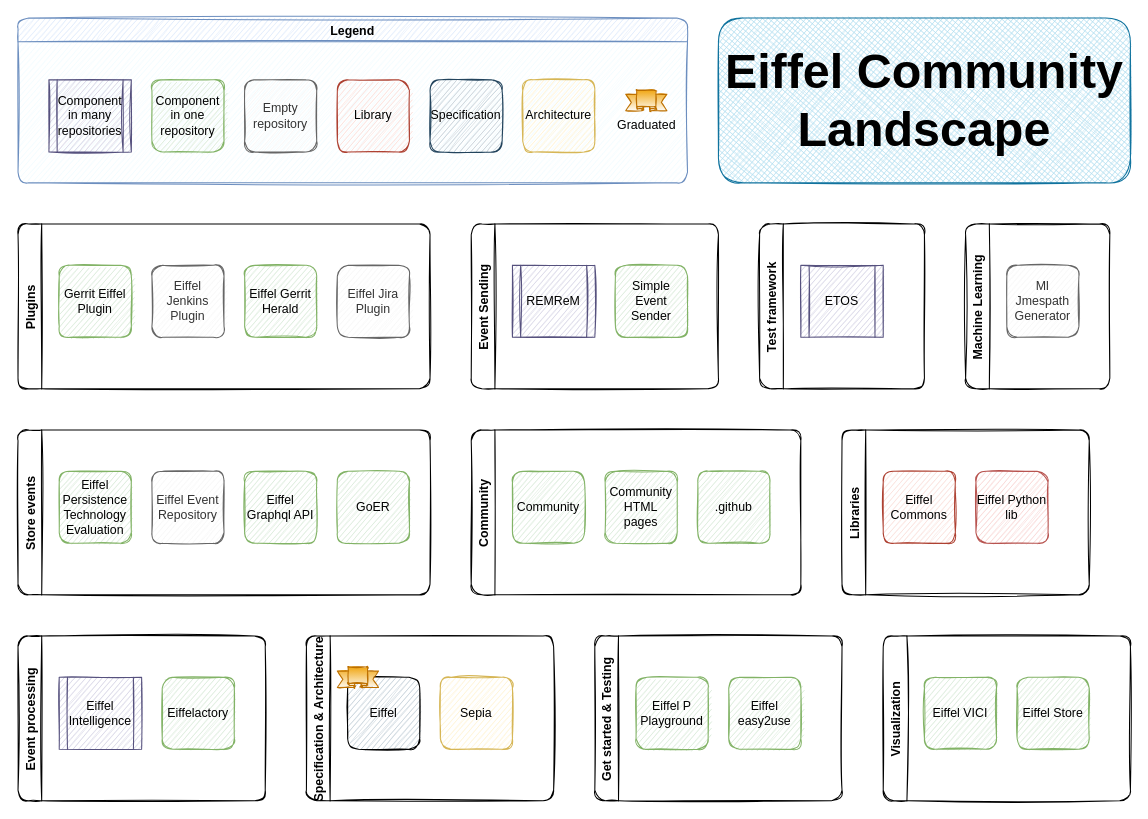
Before: landscape/landscape.drawio in eiffel-community/eiffel-sepia, a draw.io diagram. Source tidied: cells renumbered, new cells numbered last; positions are measured from the earlier drawing's top-left corner, leaving out a move shared by most shapes. Both pictures are drawn from the tidied source at 103%, with x=0, y=0 at pixel (18, 18). Pictures stored in the file or linked from it are replaced by grey dashed boxes.
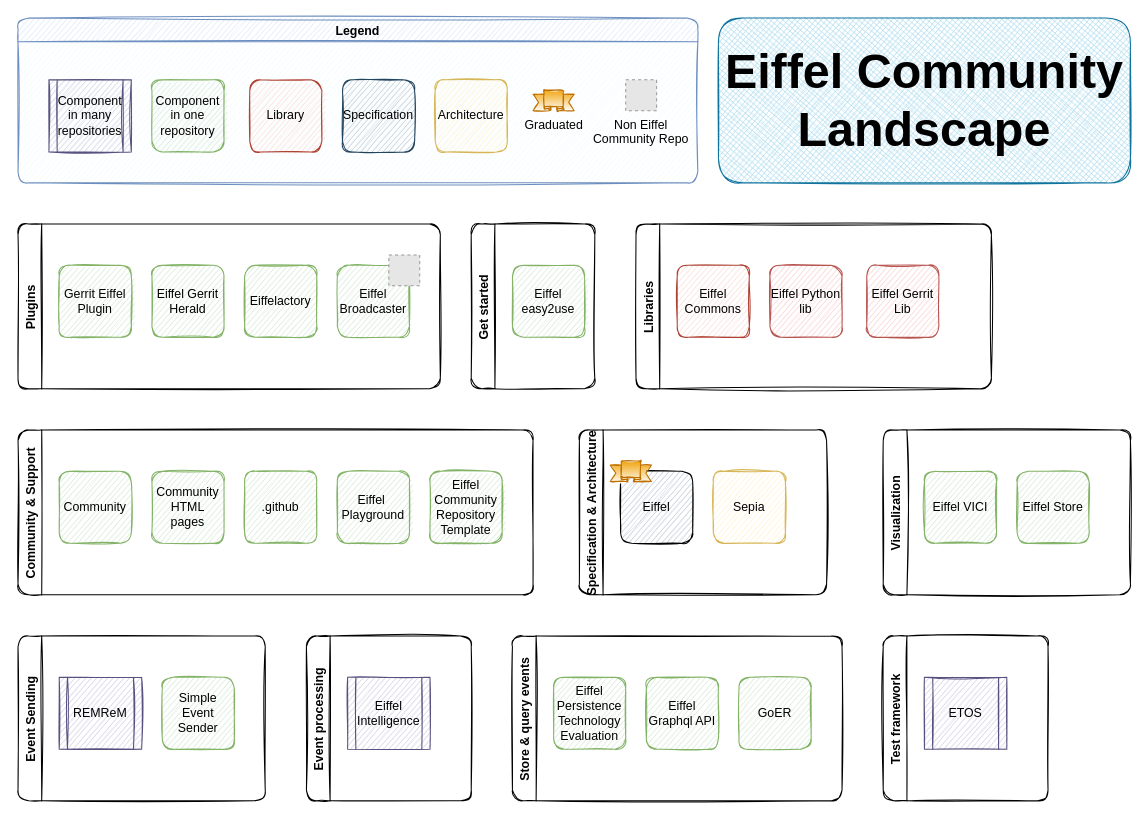
The same page after the edit.

Commit message (it also covers changes not shown here):
Removing empty repositories and restructure

- Remove empty repositories
- Add broadcaster plugin
- Restructure

Change to the diagram source:
```diff
@@
     <mxCell id="2" value="Sepia" style="whiteSpace=wrap;html=1;sketch=1;rounded=1;fillColor=#fff2cc;strokeColor=#d6b656;" parent="1" vertex="1">
-      <mxGeometry x="410" y="640" width="70" height="70" as="geometry" />
+      <mxGeometry x="675" y="440" width="70" height="70" as="geometry" />
     </mxCell>
-    <mxCell id="3" value="Store events" style="swimlane;horizontal=0;rounded=1;sketch=1;" parent="1" vertex="1">
-      <mxGeometry y="400" width="400" height="160" as="geometry" />
+    <mxCell id="3" value="Store &amp; query events" style="swimlane;horizontal=0;rounded=1;sketch=1;" parent="1" vertex="1">
+      <mxGeometry x="480" y="600" width="320" height="160" as="geometry" />
     </mxCell>
@@
-    <mxCell id="5" value="Eiffel Event Repository" style="whiteSpace=wrap;html=1;sketch=1;rounded=1;fillColor=#f5f5f5;strokeColor=#666666;fontColor=#333333;" parent="3" vertex="1">
-      <mxGeometry x="130" y="40" width="70" height="70" as="geometry" />
-    </mxCell>
     <mxCell id="6" value="Eiffel Graphql API" style="whiteSpace=wrap;html=1;sketch=1;rounded=1;fillColor=#d5e8d4;strokeColor=#82b366;" parent="3" vertex="1">
-      <mxGeometry x="220" y="40" width="70" height="70" as="geometry" />
+      <mxGeometry x="130" y="40" width="70" height="70" as="geometry" />
     </mxCell>
     <mxCell id="7" value="GoER" style="whiteSpace=wrap;html=1;sketch=1;rounded=1;fillColor=#d5e8d4;strokeColor=#82b366;" parent="3" vertex="1">
-      <mxGeometry x="310" y="40" width="70" height="70" as="geometry" />
+      <mxGeometry x="220" y="40" width="70" height="70" as="geometry" />
     </mxCell>
     <mxCell id="8" value="Plugins" style="swimlane;horizontal=0;rounded=1;sketch=1;" parent="1" vertex="1">
-      <mxGeometry y="200" width="400" height="160" as="geometry" />
+      <mxGeometry y="200" width="410" height="160" as="geometry" />
     </mxCell>
@@
     <mxCell id="10" value="Eiffel Gerrit Herald" style="whiteSpace=wrap;html=1;sketch=1;rounded=1;fillColor=#d5e8d4;strokeColor=#82b366;" parent="8" vertex="1">
-      <mxGeometry x="220" y="40" width="70" height="70" as="geometry" />
+      <mxGeometry x="130" y="40" width="70" height="70" as="geometry" />
     </mxCell>
-    <mxCell id="11" value="Eiffel Jenkins Plugin" style="whiteSpace=wrap;html=1;sketch=1;rounded=1;fillColor=#f5f5f5;strokeColor=#666666;fontColor=#333333;" parent="8" vertex="1">
-      <mxGeometry x="130" y="40" width="70" height="70" as="geometry" />
-    </mxCell>
-    <mxCell id="12" value="Eiffel Jira Plugin" style="whiteSpace=wrap;html=1;sketch=1;rounded=1;fillColor=#f5f5f5;strokeColor=#666666;fontColor=#333333;" parent="8" vertex="1">
-      <mxGeometry x="310" y="40" width="70" height="70" as="geometry" />
-    </mxCell>
+    <mxCell id="29" value="Eiffelactory" style="whiteSpace=wrap;html=1;sketch=1;rounded=1;fillColor=#d5e8d4;strokeColor=#82b366;" parent="8" vertex="1">
+      <mxGeometry x="220" y="40" width="70" height="70" as="geometry" />
+    </mxCell>
+    <mxCell id="48" value="Eiffel Broadcaster" style="whiteSpace=wrap;html=1;sketch=1;rounded=1;fillColor=#d5e8d4;strokeColor=#82b366;" parent="8" vertex="1">
+      <mxGeometry x="310" y="40" width="70" height="70" as="geometry" />
+    </mxCell>
+    <mxCell id="49" style="fillColor=#E6E6E6;strokeColor=#999999;dashed=1;verticalLabelPosition=bottom;verticalAlign=top;fontColor=#007FFF;" parent="8" vertex="1">
+      <mxGeometry x="360" y="30" width="30" height="30" as="geometry" />
+    </mxCell>
     <mxCell id="13" value="Specification &amp; Architecture" style="swimlane;horizontal=0;rounded=1;sketch=1;" parent="1" vertex="1">
-      <mxGeometry x="280" y="600" width="240" height="160" as="geometry" />
+      <mxGeometry x="545" y="400" width="240" height="160" as="geometry" />
     </mxCell>
@@
     <mxCell id="16" value="Event Sending" style="swimlane;horizontal=0;rounded=1;sketch=1;glass=0;shadow=0;" parent="1" vertex="1">
-      <mxGeometry x="440" y="200" width="240" height="160" as="geometry" />
+      <mxGeometry y="600" width="240" height="160" as="geometry" />
     </mxCell>
@@
-    <mxCell id="19" value="Get started &amp; Testing" style="swimlane;horizontal=0;rounded=1;sketch=1;" parent="1" vertex="1">
-      <mxGeometry x="560" y="600" width="240" height="160" as="geometry" />
+    <mxCell id="19" value="Get started" style="swimlane;horizontal=0;rounded=1;sketch=1;" parent="1" vertex="1">
+      <mxGeometry x="440" y="200" width="120" height="160" as="geometry" />
     </mxCell>
-    <mxCell id="20" value="Eiffel P&lt;br&gt;Playground" style="whiteSpace=wrap;html=1;sketch=1;rounded=1;fillColor=#d5e8d4;strokeColor=#82b366;" parent="19" vertex="1">
-      <mxGeometry x="40" y="40" width="70" height="70" as="geometry" />
-    </mxCell>
     <mxCell id="21" value="Eiffel easy2use" style="whiteSpace=wrap;html=1;sketch=1;rounded=1;fillColor=#d5e8d4;strokeColor=#82b366;" parent="19" vertex="1">
-      <mxGeometry x="130" y="40" width="70" height="70" as="geometry" />
+      <mxGeometry x="40" y="40" width="70" height="70" as="geometry" />
     </mxCell>
-    <mxCell id="22" value="Machine Learning" style="swimlane;horizontal=0;rounded=1;sketch=1;" parent="1" vertex="1">
-      <mxGeometry x="920" y="200" width="140" height="160" as="geometry" />
-    </mxCell>
-    <mxCell id="23" value="Ml Jmespath Generator" style="whiteSpace=wrap;html=1;sketch=1;rounded=1;fillColor=#f5f5f5;strokeColor=#666666;fontColor=#333333;" parent="22" vertex="1">
-      <mxGeometry x="40" y="40" width="70" height="70" as="geometry" />
-    </mxCell>
     <mxCell id="24" value="Visualization" style="swimlane;horizontal=0;rounded=1;sketch=1;" parent="1" vertex="1">
-      <mxGeometry x="840" y="600" width="240" height="160" as="geometry" />
+      <mxGeometry x="840" y="400" width="240" height="160" as="geometry" />
     </mxCell>
@@
     <mxCell id="27" value="Event processing" style="swimlane;horizontal=0;rounded=1;sketch=1;" parent="1" vertex="1">
-      <mxGeometry y="600" width="240" height="160" as="geometry" />
+      <mxGeometry x="280" y="600" width="160" height="160" as="geometry" />
     </mxCell>
@@
-    <mxCell id="29" value="Eiffelactory" style="whiteSpace=wrap;html=1;sketch=1;rounded=1;fillColor=#d5e8d4;strokeColor=#82b366;" parent="27" vertex="1">
-      <mxGeometry x="140" y="40" width="70" height="70" as="geometry" />
-    </mxCell>
     <mxCell id="30" value="Test framework" style="swimlane;horizontal=0;rounded=1;sketch=1;" parent="1" vertex="1">
-      <mxGeometry x="720" y="200" width="160" height="160" as="geometry" />
+      <mxGeometry x="840" y="600" width="160" height="160" as="geometry" />
     </mxCell>
@@
-    <mxCell id="32" value="Community" style="swimlane;horizontal=0;rounded=1;sketch=1;" parent="1" vertex="1">
-      <mxGeometry x="440" y="400" width="320" height="160" as="geometry" />
+    <mxCell id="32" value="Community &amp; Support" style="swimlane;horizontal=0;rounded=1;sketch=1;" parent="1" vertex="1">
+      <mxGeometry y="400" width="500" height="160" as="geometry" />
     </mxCell>
@@
+    <mxCell id="20" value="Eiffel&amp;nbsp;&lt;br&gt;Playground" style="whiteSpace=wrap;html=1;sketch=1;rounded=1;fillColor=#d5e8d4;strokeColor=#82b366;" parent="32" vertex="1">
+      <mxGeometry x="310" y="40" width="70" height="70" as="geometry" />
+    </mxCell>
+    <mxCell id="50" value="Eiffel Community Repository Template" style="whiteSpace=wrap;html=1;sketch=1;rounded=1;fillColor=#d5e8d4;strokeColor=#82b366;" parent="32" vertex="1">
+      <mxGeometry x="400" y="40" width="70" height="70" as="geometry" />
+    </mxCell>
     <mxCell id="36" value="Libraries" style="swimlane;horizontal=0;rounded=1;sketch=1;" parent="1" vertex="1">
-      <mxGeometry x="800" y="400" width="240" height="160" as="geometry" />
+      <mxGeometry x="600" y="200" width="345" height="160" as="geometry" />
     </mxCell>
@@
+    <mxCell id="51" value="Eiffel Gerrit Lib" style="whiteSpace=wrap;html=1;sketch=1;rounded=1;fillColor=#f8cecc;strokeColor=#b85450;" parent="36" vertex="1">
+      <mxGeometry x="224" y="40" width="70" height="70" as="geometry" />
+    </mxCell>
     <mxCell id="39" value="Legend" style="swimlane;rounded=1;sketch=1;glass=0;shadow=0;fillColor=#dae8fc;strokeColor=#6c8ebf;swimlaneFillColor=#F0FCFF;" parent="1" vertex="1">
-      <mxGeometry width="650" height="160" as="geometry" />
+      <mxGeometry width="660" height="160" as="geometry" />
     </mxCell>
@@
     <mxCell id="41" value="Library" style="whiteSpace=wrap;html=1;sketch=1;rounded=1;fillColor=#fad9d5;strokeColor=#ae4132;" parent="39" vertex="1">
-      <mxGeometry x="310" y="60" width="70" height="70" as="geometry" />
+      <mxGeometry x="225" y="60" width="70" height="70" as="geometry" />
     </mxCell>
-    <mxCell id="42" value="Empty repository" style="whiteSpace=wrap;html=1;sketch=1;rounded=1;fillColor=#f5f5f5;strokeColor=#666666;fontColor=#333333;" parent="39" vertex="1">
-      <mxGeometry x="220" y="60" width="70" height="70" as="geometry" />
-    </mxCell>
     <mxCell id="43" value="Architecture" style="whiteSpace=wrap;html=1;sketch=1;rounded=1;fillColor=#fff2cc;strokeColor=#d6b656;" parent="39" vertex="1">
-      <mxGeometry x="490" y="60" width="70" height="70" as="geometry" />
+      <mxGeometry x="405" y="60" width="70" height="70" as="geometry" />
     </mxCell>
     <mxCell id="44" value="&lt;div&gt;Specification&lt;/div&gt;" style="whiteSpace=wrap;html=1;sketch=1;rounded=1;fillColor=#bac8d3;strokeColor=#23445d;" parent="39" vertex="1">
-      <mxGeometry x="400" y="60" width="70" height="70" as="geometry" />
+      <mxGeometry x="315" y="60" width="70" height="70" as="geometry" />
     </mxCell>
     <mxCell id="45" value="Graduated" style="verticalLabelPosition=bottom;verticalAlign=top;html=1;shape=mxgraph.basic.banner;rounded=1;shadow=0;glass=0;sketch=1;fillColor=#f0a30a;strokeColor=#BD7000;fontColor=#000000;gradientColor=#ffffff;" parent="39" vertex="1">
-      <mxGeometry x="590" y="70" width="40" height="20" as="geometry" />
+      <mxGeometry x="500" y="70" width="40" height="20" as="geometry" />
     </mxCell>
@@
+    <mxCell id="52" value="Non Eiffel &#10;Community Repo" style="fillColor=#E6E6E6;strokeColor=#999999;dashed=1;verticalLabelPosition=bottom;verticalAlign=top;" parent="39" vertex="1">
+      <mxGeometry x="590" y="60" width="30" height="30" as="geometry" />
+    </mxCell>
```
